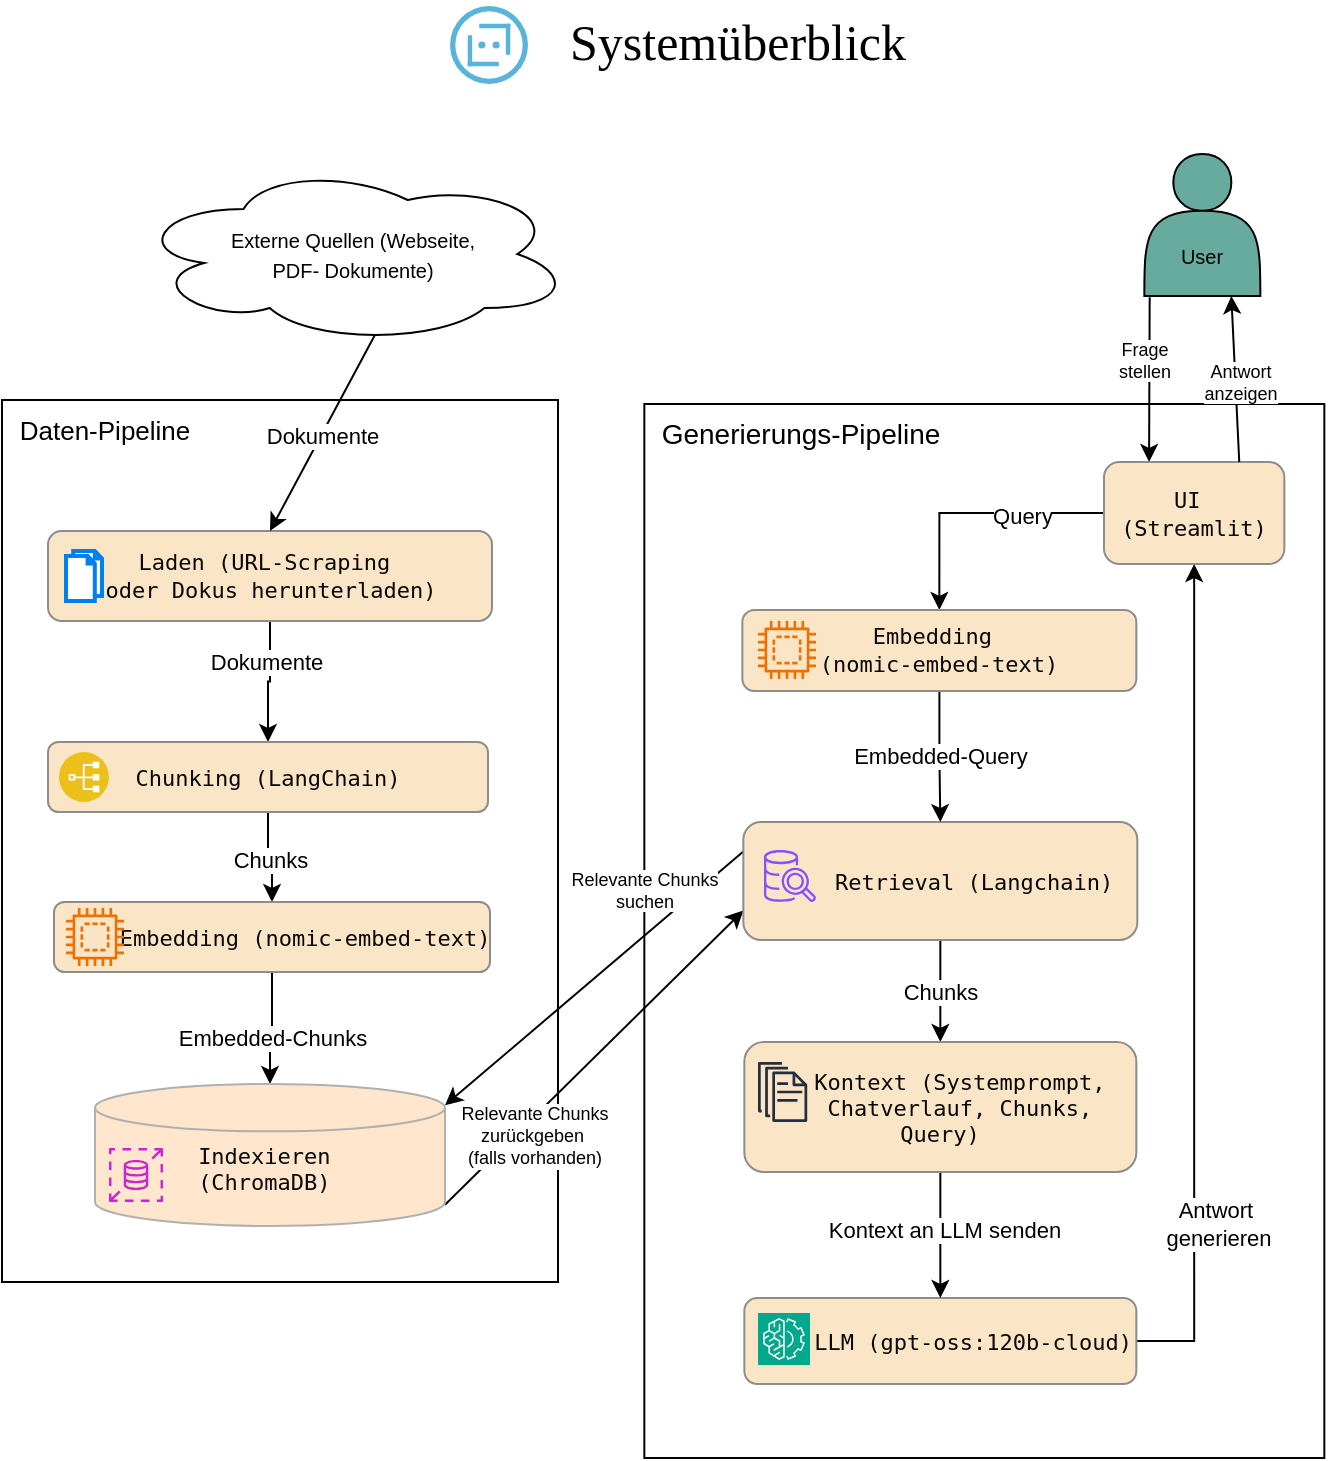
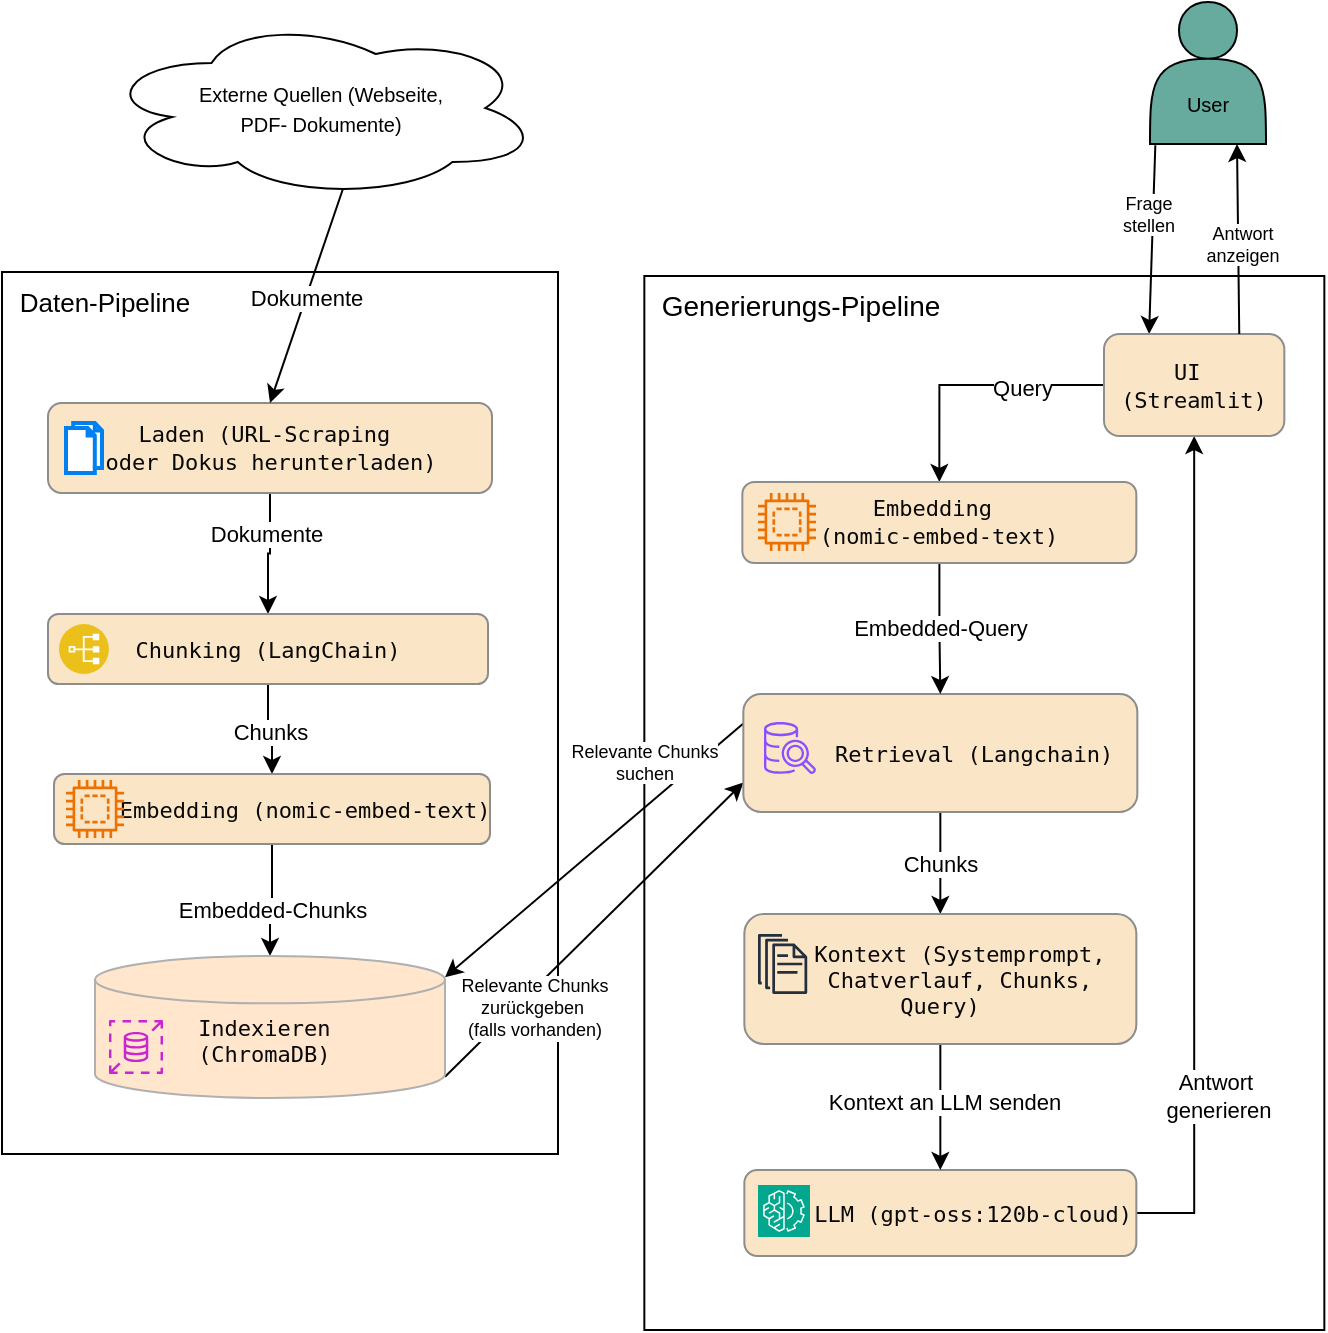
<mxfile host="Electron" agent="Mozilla/5.0 (Windows NT 10.0; Win64; x64) AppleWebKit/537.36 (KHTML, like Gecko) draw.io/29.3.0 Chrome/140.0.7339.249 Electron/38.7.2 Safari/537.36" version="29.3.0" pages="3">
  <diagram id="--Mtlg0LQdxBfJGaqTxY" name="Systemüberblick">
-     <mxGraphModel dx="1554" dy="914" grid="0" gridSize="10" guides="1" tooltips="1" connect="1" arrows="1" fold="1" page="1" pageScale="1" pageWidth="827" pageHeight="1169" math="0" shadow="0">
+     <mxGraphModel dx="1295" dy="768" grid="0" gridSize="10" guides="1" tooltips="1" connect="1" arrows="1" fold="1" page="1" pageScale="1" pageWidth="827" pageHeight="1169" math="0" shadow="0">
      <root>
        <mxCell id="0" />
        <mxCell id="1" parent="0" />
        <mxCell id="r3ily7bgXwv-S7IB-7bU-1" parent="1" style="whiteSpace=wrap;html=1;fillColor=none;" value="" vertex="1">
          <mxGeometry height="527" width="340" x="380.17" y="266" as="geometry" />
        </mxCell>
        <mxCell id="r3ily7bgXwv-S7IB-7bU-2" parent="1" style="whiteSpace=wrap;html=1;fillColor=none;" value="" vertex="1">
          <mxGeometry height="441" width="278" x="59" y="264" as="geometry" />
        </mxCell>
        <mxCell id="r3ily7bgXwv-S7IB-7bU-3" edge="1" parent="1" source="r3ily7bgXwv-S7IB-7bU-5" style="edgeStyle=orthogonalEdgeStyle;rounded=0;orthogonalLoop=1;jettySize=auto;html=1;entryX=0.5;entryY=0;entryDx=0;entryDy=0;" target="r3ily7bgXwv-S7IB-7bU-8">
          <mxGeometry relative="1" as="geometry" />
        </mxCell>
        <mxCell id="r3ily7bgXwv-S7IB-7bU-4" connectable="0" parent="r3ily7bgXwv-S7IB-7bU-3" style="edgeLabel;html=1;align=center;verticalAlign=middle;resizable=0;points=[];" value="Dokumente" vertex="1">
          <mxGeometry relative="1" x="-0.3416" y="-2" as="geometry">
            <mxPoint as="offset" />
          </mxGeometry>
        </mxCell>
        <mxCell id="r3ily7bgXwv-S7IB-7bU-5" parent="1" style="rounded=1;html=1;fontSize=11;labelBackgroundColor=none;fillColor=#FAE5C7;strokeColor=#8D8D8D;fontColor=#143642;verticalAlign=middle;horizontal=1;spacing=2;fontStyle=0" value="&lt;div style=&quot;color: rgb(8, 8, 8);&quot;&gt;&lt;pre style=&quot;font-family:&#39;JetBrains Mono&#39;,monospace;font-size:9,8pt;&quot;&gt;Laden (URL-Scraping &lt;br&gt;oder Dokus herunterladen)&lt;/pre&gt;&lt;/div&gt;" vertex="1">
          <mxGeometry height="45" width="222" x="82" y="329.5" as="geometry" />
        </mxCell>
        <mxCell id="r3ily7bgXwv-S7IB-7bU-6" edge="1" parent="1" source="r3ily7bgXwv-S7IB-7bU-8" style="edgeStyle=orthogonalEdgeStyle;rounded=0;orthogonalLoop=1;jettySize=auto;html=1;entryX=0.5;entryY=0;entryDx=0;entryDy=0;" target="r3ily7bgXwv-S7IB-7bU-11">
          <mxGeometry relative="1" as="geometry" />
        </mxCell>
        <mxCell id="r3ily7bgXwv-S7IB-7bU-7" connectable="0" parent="r3ily7bgXwv-S7IB-7bU-6" style="edgeLabel;html=1;align=center;verticalAlign=middle;resizable=0;points=[];" value="Chunks" vertex="1">
          <mxGeometry relative="1" x="0.0831" y="-1" as="geometry">
            <mxPoint as="offset" />
          </mxGeometry>
        </mxCell>
        <mxCell id="r3ily7bgXwv-S7IB-7bU-8" parent="1" style="rounded=1;whiteSpace=wrap;html=1;fontSize=11;labelBackgroundColor=none;fillColor=#FAE5C7;strokeColor=#8D8D8D;fontColor=#143642;spacing=2;" value="&lt;div style=&quot;color: rgb(8, 8, 8);&quot;&gt;&lt;pre style=&quot;font-family:&#39;JetBrains Mono&#39;,monospace;font-size:9,8pt;&quot;&gt;&lt;pre style=&quot;font-family:&#39;JetBrains Mono&#39;,monospace;font-size:9,8pt;&quot;&gt;&lt;pre style=&quot;font-family:&#39;JetBrains Mono&#39;,monospace;font-size:9,8pt;&quot;&gt;Chunking (&lt;span style=&quot;background-color: transparent; white-space: normal;&quot;&gt;LangChain)&lt;/span&gt;&lt;/pre&gt;&lt;/pre&gt;&lt;/pre&gt;&lt;/div&gt;" vertex="1">
          <mxGeometry height="35" width="220" x="82" y="435" as="geometry" />
        </mxCell>
        <mxCell id="r3ily7bgXwv-S7IB-7bU-9" edge="1" parent="1" source="r3ily7bgXwv-S7IB-7bU-11" style="edgeStyle=orthogonalEdgeStyle;rounded=0;orthogonalLoop=1;jettySize=auto;html=1;entryX=0.5;entryY=0;entryDx=0;entryDy=0;entryPerimeter=0;" target="Acry9dlDom8Et954RzBT-5">
          <mxGeometry relative="1" as="geometry" />
        </mxCell>
        <mxCell id="r3ily7bgXwv-S7IB-7bU-10" connectable="0" parent="r3ily7bgXwv-S7IB-7bU-9" style="edgeLabel;html=1;align=center;verticalAlign=middle;resizable=0;points=[];" value="Embedded-Chunks" vertex="1">
          <mxGeometry relative="1" x="-0.4618" as="geometry">
            <mxPoint y="17" as="offset" />
          </mxGeometry>
        </mxCell>
        <mxCell id="r3ily7bgXwv-S7IB-7bU-11" parent="1" style="rounded=1;whiteSpace=wrap;html=1;fontSize=11;labelBackgroundColor=none;fillColor=#FAE5C7;strokeColor=#8D8D8D;fontColor=#143642;spacing=2;" value="&lt;div style=&quot;color: rgb(8, 8, 8);&quot;&gt;&lt;pre style=&quot;font-family:&#39;JetBrains Mono&#39;,monospace;font-size:9,8pt;&quot;&gt;&lt;pre style=&quot;font-family:&#39;JetBrains Mono&#39;,monospace;font-size:9,8pt;&quot;&gt;&lt;pre style=&quot;font-family:&#39;JetBrains Mono&#39;,monospace;font-size:9,8pt;&quot;&gt;     Embedding (nomic-embed-text)&lt;br&gt;&lt;/pre&gt;&lt;/pre&gt;&lt;/pre&gt;&lt;/div&gt;" vertex="1">
          <mxGeometry height="35" width="218" x="85" y="515" as="geometry" />
        </mxCell>
        <mxCell id="r3ily7bgXwv-S7IB-7bU-12" edge="1" parent="1" source="Acry9dlDom8Et954RzBT-5" style="rounded=0;orthogonalLoop=1;jettySize=auto;html=1;entryX=0;entryY=0.75;entryDx=0;entryDy=0;exitX=1;exitY=0.85;exitDx=0;exitDy=0;exitPerimeter=0;" target="r3ily7bgXwv-S7IB-7bU-18">
          <mxGeometry relative="1" as="geometry" />
        </mxCell>
        <mxCell id="r3ily7bgXwv-S7IB-7bU-13" connectable="0" parent="r3ily7bgXwv-S7IB-7bU-12" style="edgeLabel;html=1;align=center;verticalAlign=middle;resizable=0;points=[];fontSize=9;" value="Relevante Chunks&lt;br&gt;zurückgeben&amp;nbsp;&lt;br&gt;(falls vorhanden)" vertex="1">
          <mxGeometry relative="1" x="-0.0306" y="1" as="geometry">
            <mxPoint x="-27" y="37" as="offset" />
          </mxGeometry>
        </mxCell>
        <mxCell id="r3ily7bgXwv-S7IB-7bU-15" edge="1" parent="1" source="r3ily7bgXwv-S7IB-7bU-18" style="rounded=0;orthogonalLoop=1;jettySize=auto;html=1;entryX=1;entryY=0.15;entryDx=0;entryDy=0;exitX=0;exitY=0.25;exitDx=0;exitDy=0;entryPerimeter=0;" target="Acry9dlDom8Et954RzBT-5">
          <mxGeometry relative="1" as="geometry" />
        </mxCell>
        <mxCell id="r3ily7bgXwv-S7IB-7bU-16" connectable="0" parent="r3ily7bgXwv-S7IB-7bU-15" style="edgeLabel;html=1;align=center;verticalAlign=middle;resizable=0;points=[];fontSize=9;" value="Relevante Chunks &lt;br&gt;suchen" vertex="1">
          <mxGeometry relative="1" x="-0.519" y="-1" as="geometry">
            <mxPoint x="-13" y="-11" as="offset" />
          </mxGeometry>
        </mxCell>
        <mxCell id="r3ily7bgXwv-S7IB-7bU-17" edge="1" parent="1" source="r3ily7bgXwv-S7IB-7bU-18" style="edgeStyle=orthogonalEdgeStyle;rounded=0;orthogonalLoop=1;jettySize=auto;html=1;entryX=0.5;entryY=0;entryDx=0;entryDy=0;" target="r3ily7bgXwv-S7IB-7bU-37" value="Chunks">
          <mxGeometry relative="1" as="geometry" />
        </mxCell>
        <mxCell id="r3ily7bgXwv-S7IB-7bU-18" parent="1" style="whiteSpace=wrap;html=1;fontSize=11;rounded=1;labelBackgroundColor=none;fillColor=#FAE5C7;strokeColor=#8D8D8D;fontColor=#143642;spacing=2;" value="&lt;div style=&quot;color: rgb(8, 8, 8);&quot;&gt;&lt;pre style=&quot;font-family:&#39;JetBrains Mono&#39;,monospace;font-size:9,8pt;&quot;&gt;     Retrieval (Langchain)&lt;/pre&gt;&lt;/div&gt;" vertex="1">
          <mxGeometry height="59" width="197" x="429.67" y="475" as="geometry" />
        </mxCell>
        <mxCell id="r3ily7bgXwv-S7IB-7bU-19" edge="1" parent="1" source="r3ily7bgXwv-S7IB-7bU-21" style="rounded=0;orthogonalLoop=1;jettySize=auto;html=1;entryX=0.5;entryY=1;entryDx=0;entryDy=0;edgeStyle=orthogonalEdgeStyle;exitX=1;exitY=0.5;exitDx=0;exitDy=0;" target="r3ily7bgXwv-S7IB-7bU-38">
          <mxGeometry relative="1" as="geometry">
            <mxPoint x="515.17" y="762" as="targetPoint" />
          </mxGeometry>
        </mxCell>
        <mxCell id="r3ily7bgXwv-S7IB-7bU-20" connectable="0" parent="r3ily7bgXwv-S7IB-7bU-19" style="edgeLabel;html=1;align=center;verticalAlign=middle;resizable=0;points=[];fontSize=11;" value="Antwort&amp;nbsp;&lt;br&gt;&lt;span style=&quot;background-color: light-dark(#ffffff, var(--ge-dark-color, #121212)); color: light-dark(rgb(0, 0, 0), rgb(255, 255, 255));&quot;&gt;generieren&lt;/span&gt;" vertex="1">
          <mxGeometry relative="1" x="-0.0099" y="2" as="geometry">
            <mxPoint x="14" y="119" as="offset" />
          </mxGeometry>
        </mxCell>
        <mxCell id="r3ily7bgXwv-S7IB-7bU-21" parent="1" style="whiteSpace=wrap;html=1;fontSize=11;rounded=1;labelBackgroundColor=none;fillColor=#FAE5C7;strokeColor=#8D8D8D;fontColor=#143642;spacing=2;" value="&lt;div style=&quot;color: rgb(8, 8, 8);&quot;&gt;&lt;pre style=&quot;font-family:&#39;JetBrains Mono&#39;,monospace;font-size:9,8pt;&quot;&gt;&lt;div&gt;&lt;pre style=&quot;font-family:&#39;JetBrains Mono&#39;,monospace;font-size:9,8pt;&quot;&gt;     LLM (gpt-oss:120b-cloud)&lt;/pre&gt;&lt;/div&gt;&lt;/pre&gt;&lt;/div&gt;" vertex="1">
          <mxGeometry height="43" width="196" x="430.17" y="713" as="geometry" />
        </mxCell>
        <mxCell id="r3ily7bgXwv-S7IB-7bU-22" edge="1" parent="1" source="r3ily7bgXwv-S7IB-7bU-38" style="edgeStyle=orthogonalEdgeStyle;rounded=0;orthogonalLoop=1;jettySize=auto;html=1;entryX=0.5;entryY=0;entryDx=0;entryDy=0;exitX=0;exitY=0.5;exitDx=0;exitDy=0;" target="r3ily7bgXwv-S7IB-7bU-31">
          <mxGeometry relative="1" as="geometry">
            <mxPoint x="518.17" y="392" as="sourcePoint" />
          </mxGeometry>
        </mxCell>
        <mxCell id="r3ily7bgXwv-S7IB-7bU-23" connectable="0" parent="r3ily7bgXwv-S7IB-7bU-22" style="edgeLabel;html=1;align=center;verticalAlign=middle;resizable=0;points=[];" value="Query" vertex="1">
          <mxGeometry relative="1" x="-0.3722" y="1" as="geometry">
            <mxPoint as="offset" />
          </mxGeometry>
        </mxCell>
-         <mxCell id="r3ily7bgXwv-S7IB-7bU-24" parent="1" style="text;html=1;whiteSpace=wrap;strokeColor=none;fillColor=none;align=center;verticalAlign=middle;rounded=0;autosize=1;resizable=0;fontSize=25;fontFamily=Comic Sans MS;fontStyle=0" value="Systemüberblick" vertex="1">
-           <mxGeometry height="42" width="214" x="320" y="64" as="geometry" />
-         </mxCell>
        <mxCell id="r3ily7bgXwv-S7IB-7bU-25" parent="1" style="text;html=1;whiteSpace=wrap;strokeColor=none;fillColor=none;align=center;verticalAlign=middle;rounded=0;autosize=1;resizable=0;fontSize=13;" value="Daten-Pipeline" vertex="1">
          <mxGeometry height="28" width="103" x="59" y="265" as="geometry" />
        </mxCell>
        <mxCell id="r3ily7bgXwv-S7IB-7bU-26" edge="1" parent="1" source="r3ily7bgXwv-S7IB-7bU-28" style="rounded=0;orthogonalLoop=1;jettySize=auto;html=1;entryX=0.25;entryY=0;entryDx=0;entryDy=0;exitX=0.046;exitY=1.009;exitDx=0;exitDy=0;exitPerimeter=0;" target="r3ily7bgXwv-S7IB-7bU-38">
          <mxGeometry relative="1" as="geometry" />
        </mxCell>
        <mxCell id="r3ily7bgXwv-S7IB-7bU-27" connectable="0" parent="r3ily7bgXwv-S7IB-7bU-26" style="edgeLabel;html=1;align=center;verticalAlign=middle;resizable=0;points=[];fontSize=9;" value="Frage &lt;br&gt;stellen" vertex="1">
          <mxGeometry relative="1" x="-0.4594" y="-1" as="geometry">
            <mxPoint x="-2" y="9" as="offset" />
          </mxGeometry>
        </mxCell>
        <mxCell id="r3ily7bgXwv-S7IB-7bU-28" parent="1" style="shape=actor;whiteSpace=wrap;html=1;fillColor=#67AB9F;" value="&lt;font style=&quot;font-size: 10px;&quot;&gt;&lt;br&gt;&lt;br&gt;User&lt;/font&gt;" vertex="1">
-           <mxGeometry height="71" width="58" x="630.17" y="141" as="geometry" />
+           <mxGeometry height="71" width="58" x="633" y="129" as="geometry" />
        </mxCell>
        <mxCell id="r3ily7bgXwv-S7IB-7bU-29" parent="1" style="text;html=1;whiteSpace=wrap;strokeColor=none;fillColor=none;align=center;verticalAlign=middle;rounded=0;autosize=1;resizable=0;fontSize=14;" value="Generierungs-Pipeline" vertex="1">
          <mxGeometry height="29" width="157" x="380.17" y="266" as="geometry" />
        </mxCell>
        <mxCell id="r3ily7bgXwv-S7IB-7bU-30" edge="1" parent="1" source="r3ily7bgXwv-S7IB-7bU-31" style="edgeStyle=orthogonalEdgeStyle;rounded=0;orthogonalLoop=1;jettySize=auto;html=1;entryX=0.5;entryY=0;entryDx=0;entryDy=0;" target="r3ily7bgXwv-S7IB-7bU-18" value="Embedded-Query">
          <mxGeometry relative="1" as="geometry" />
        </mxCell>
        <mxCell id="r3ily7bgXwv-S7IB-7bU-31" parent="1" style="rounded=1;whiteSpace=wrap;html=1;fontSize=11;labelBackgroundColor=none;fillColor=#FAE5C7;strokeColor=#8D8D8D;fontColor=#143642;spacing=2;" value="&lt;div style=&quot;color: rgb(8, 8, 8);&quot;&gt;&lt;pre style=&quot;font-family:&#39;JetBrains Mono&#39;,monospace;font-size:9,8pt;&quot;&gt;&lt;pre style=&quot;font-family:&#39;JetBrains Mono&#39;,monospace;font-size:9,8pt;&quot;&gt;&lt;pre style=&quot;font-family:&#39;JetBrains Mono&#39;,monospace;font-size:9,8pt;&quot;&gt;Embedding &lt;br/&gt;(nomic-embed-text)&lt;br&gt;&lt;/pre&gt;&lt;/pre&gt;&lt;/pre&gt;&lt;/div&gt;" vertex="1">
          <mxGeometry height="40.5" width="197" x="429.17" y="369" as="geometry" />
        </mxCell>
        <mxCell id="r3ily7bgXwv-S7IB-7bU-32" edge="1" parent="1" source="Acry9dlDom8Et954RzBT-3" style="rounded=0;orthogonalLoop=1;jettySize=auto;html=1;entryX=0.5;entryY=0;entryDx=0;entryDy=0;exitX=0.55;exitY=0.95;exitDx=0;exitDy=0;exitPerimeter=0;" target="r3ily7bgXwv-S7IB-7bU-5">
          <mxGeometry relative="1" as="geometry">
            <mxPoint x="194.2666692589255" y="229.99957227732136" as="sourcePoint" />
          </mxGeometry>
        </mxCell>
        <mxCell id="r3ily7bgXwv-S7IB-7bU-33" connectable="0" parent="r3ily7bgXwv-S7IB-7bU-32" style="edgeLabel;html=1;align=center;verticalAlign=middle;resizable=0;points=[];" value="Dokumente" vertex="1">
          <mxGeometry relative="1" x="0.0211" as="geometry">
            <mxPoint as="offset" />
          </mxGeometry>
        </mxCell>
        <mxCell id="r3ily7bgXwv-S7IB-7bU-35" edge="1" parent="1" source="r3ily7bgXwv-S7IB-7bU-37" style="edgeStyle=orthogonalEdgeStyle;rounded=0;orthogonalLoop=1;jettySize=auto;html=1;entryX=0.5;entryY=0;entryDx=0;entryDy=0;" target="r3ily7bgXwv-S7IB-7bU-21">
          <mxGeometry relative="1" as="geometry" />
        </mxCell>
        <mxCell id="r3ily7bgXwv-S7IB-7bU-36" connectable="0" parent="r3ily7bgXwv-S7IB-7bU-35" style="edgeLabel;html=1;align=center;verticalAlign=middle;resizable=0;points=[];fontSize=11;" value="Kontext an LLM senden" vertex="1">
          <mxGeometry relative="1" x="-0.0722" y="2" as="geometry">
            <mxPoint as="offset" />
          </mxGeometry>
        </mxCell>
        <mxCell id="r3ily7bgXwv-S7IB-7bU-37" parent="1" style="whiteSpace=wrap;html=1;fontSize=11;rounded=1;labelBackgroundColor=none;fillColor=#FAE5C7;strokeColor=#8D8D8D;fontColor=#143642;spacing=2;align=center;" value="&lt;div style=&quot;color: rgb(8, 8, 8);&quot;&gt;&lt;pre style=&quot;font-family:&#39;JetBrains Mono&#39;,monospace;font-size:9,8pt;&quot;&gt;    Kontext (Systemprompt, &lt;br&gt;    Chatverlauf, Chunks, &lt;br&gt;Query)&lt;/pre&gt;&lt;/div&gt;" vertex="1">
          <mxGeometry height="65" width="196" x="430.17" y="585" as="geometry" />
        </mxCell>
        <mxCell id="r3ily7bgXwv-S7IB-7bU-38" parent="1" style="whiteSpace=wrap;html=1;fontSize=11;rounded=1;labelBackgroundColor=none;fillColor=#FAE5C7;strokeColor=#8D8D8D;fontColor=#143642;spacing=2;" value="&lt;div style=&quot;color: rgb(8, 8, 8);&quot;&gt;&lt;pre style=&quot;font-family:&#39;JetBrains Mono&#39;,monospace;font-size:9,8pt;&quot;&gt;UI &lt;br/&gt;(Streamlit)&lt;/pre&gt;&lt;/div&gt;" vertex="1">
          <mxGeometry height="51" width="90.17" x="610" y="295" as="geometry" />
        </mxCell>
        <mxCell id="r3ily7bgXwv-S7IB-7bU-39" edge="1" parent="1" source="r3ily7bgXwv-S7IB-7bU-38" style="rounded=0;orthogonalLoop=1;jettySize=auto;html=1;entryX=0.75;entryY=1;entryDx=0;entryDy=0;exitX=0.75;exitY=0;exitDx=0;exitDy=0;" target="r3ily7bgXwv-S7IB-7bU-28">
          <mxGeometry relative="1" as="geometry" />
        </mxCell>
        <mxCell id="r3ily7bgXwv-S7IB-7bU-40" connectable="0" parent="r3ily7bgXwv-S7IB-7bU-39" style="edgeLabel;html=1;align=center;verticalAlign=middle;resizable=0;points=[];fontSize=9;" value="Antwort&lt;br&gt;anzeigen" vertex="1">
          <mxGeometry relative="1" x="-0.2017" y="3" as="geometry">
            <mxPoint x="5" y="-7" as="offset" />
          </mxGeometry>
        </mxCell>
        <mxCell id="Acry9dlDom8Et954RzBT-3" parent="1" style="ellipse;shape=cloud;whiteSpace=wrap;html=1;align=center;" value="&lt;span style=&quot;font-size: 10px;&quot;&gt;Externe Quellen (Webseite, &lt;br&gt;PDF- Dokumente)&lt;/span&gt;" vertex="1">
-           <mxGeometry height="90" width="219" x="125" y="146" as="geometry" />
+           <mxGeometry height="90" width="219" x="109" y="137" as="geometry" />
        </mxCell>
        <mxCell id="Acry9dlDom8Et954RzBT-5" parent="1" style="strokeWidth=1;html=1;shape=mxgraph.flowchart.database;whiteSpace=wrap;fillColor=#ffe6cc;strokeColor=#B0B0B0;" value="&lt;pre style=&quot;color: rgb(8, 8, 8); font-size: 11px; font-family: &amp;quot;JetBrains Mono&amp;quot;, monospace;&quot;&gt;&lt;span style=&quot;background-color: transparent;&quot;&gt;&lt;span style=&quot;white-space: normal;&quot;&gt;&lt;br&gt;Indexieren&amp;nbsp;&lt;br&gt;&lt;/span&gt;&lt;/span&gt;(ChromaDB)&amp;nbsp;&lt;/pre&gt;" vertex="1">
          <mxGeometry height="71" width="175" x="105.5" y="606" as="geometry" />
-         </mxCell>
-         <mxCell id="Acry9dlDom8Et954RzBT-15" parent="1" style="image;sketch=0;aspect=fixed;html=1;points=[];align=center;fontSize=12;image=img/lib/mscae/Bot_Services.svg;" value="" vertex="1">
-           <mxGeometry height="39" width="39" x="283" y="67" as="geometry" />
        </mxCell>
        <mxCell id="6IOvH4VOo6HqhZIrgnpb-2" parent="1" style="image;aspect=fixed;perimeter=ellipsePerimeter;html=1;align=center;shadow=0;dashed=0;fontColor=#4277BB;labelBackgroundColor=default;fontSize=12;spacingTop=3;image=img/lib/ibm/applications/index.svg;" value="" vertex="1">
          <mxGeometry height="25" width="25" x="87.5" y="440" as="geometry" />
        </mxCell>
        <mxCell id="6IOvH4VOo6HqhZIrgnpb-3" parent="1" style="sketch=0;outlineConnect=0;fontColor=#232F3E;gradientColor=none;fillColor=#ED7100;strokeColor=none;dashed=0;verticalLabelPosition=bottom;verticalAlign=top;align=center;html=1;fontSize=12;fontStyle=0;aspect=fixed;pointerEvents=1;shape=mxgraph.aws4.braket_embedded_simulator;" value="" vertex="1">
          <mxGeometry height="29" width="29" x="91" y="518" as="geometry" />
        </mxCell>
        <mxCell id="6IOvH4VOo6HqhZIrgnpb-4" parent="1" style="html=1;verticalLabelPosition=bottom;align=center;labelBackgroundColor=#ffffff;verticalAlign=top;strokeWidth=2;strokeColor=#0080F0;shadow=0;dashed=0;shape=mxgraph.ios7.icons.documents;" value="" vertex="1">
          <mxGeometry height="25" width="18" x="91" y="339.5" as="geometry" />
        </mxCell>
        <mxCell id="6IOvH4VOo6HqhZIrgnpb-5" parent="1" style="sketch=0;outlineConnect=0;fontColor=#232F3E;gradientColor=none;fillColor=#C925D1;strokeColor=none;dashed=0;verticalLabelPosition=bottom;verticalAlign=top;align=center;html=1;fontSize=12;fontStyle=0;aspect=fixed;pointerEvents=1;shape=mxgraph.aws4.documentdb_elastic_clusters;" value="" vertex="1">
          <mxGeometry height="27" width="27" x="112.5" y="638" as="geometry" />
        </mxCell>
        <mxCell id="6IOvH4VOo6HqhZIrgnpb-6" parent="1" style="sketch=0;outlineConnect=0;fontColor=#232F3E;gradientColor=none;fillColor=#8C4FFF;strokeColor=none;dashed=0;verticalLabelPosition=bottom;verticalAlign=top;align=center;html=1;fontSize=12;fontStyle=0;aspect=fixed;pointerEvents=1;shape=mxgraph.aws4.redshift_query_editor_v20_light;" value="" vertex="1">
          <mxGeometry height="26" width="26" x="440" y="489" as="geometry" />
        </mxCell>
        <mxCell id="6IOvH4VOo6HqhZIrgnpb-7" parent="1" style="sketch=0;points=[[0,0,0],[0.25,0,0],[0.5,0,0],[0.75,0,0],[1,0,0],[0,1,0],[0.25,1,0],[0.5,1,0],[0.75,1,0],[1,1,0],[0,0.25,0],[0,0.5,0],[0,0.75,0],[1,0.25,0],[1,0.5,0],[1,0.75,0]];outlineConnect=0;fontColor=#232F3E;fillColor=#01A88D;strokeColor=#ffffff;dashed=0;verticalLabelPosition=bottom;verticalAlign=top;align=center;html=1;fontSize=12;fontStyle=0;aspect=fixed;shape=mxgraph.aws4.resourceIcon;resIcon=mxgraph.aws4.machine_learning;" value="" vertex="1">
          <mxGeometry height="26" width="26" x="437" y="720.5" as="geometry" />
        </mxCell>
        <mxCell id="6IOvH4VOo6HqhZIrgnpb-8" parent="1" style="sketch=0;outlineConnect=0;fontColor=#232F3E;gradientColor=none;fillColor=#ED7100;strokeColor=none;dashed=0;verticalLabelPosition=bottom;verticalAlign=top;align=center;html=1;fontSize=12;fontStyle=0;aspect=fixed;pointerEvents=1;shape=mxgraph.aws4.braket_embedded_simulator;" value="" vertex="1">
          <mxGeometry height="29" width="29" x="437" y="374.5" as="geometry" />
        </mxCell>
        <mxCell id="6IOvH4VOo6HqhZIrgnpb-12" parent="1" style="sketch=0;outlineConnect=0;fontColor=#232F3E;gradientColor=none;fillColor=#232F3D;strokeColor=none;dashed=0;verticalLabelPosition=bottom;verticalAlign=top;align=center;html=1;fontSize=12;fontStyle=0;aspect=fixed;pointerEvents=1;shape=mxgraph.aws4.documents;" value="" vertex="1">
          <mxGeometry height="30" width="24.61" x="437" y="595" as="geometry" />
        </mxCell>
      </root>
    </mxGraphModel>
  </diagram>
  <diagram id="D5xlWmKwkfQxUDRcyshQ" name="Indexierung- Phasen">
-     <mxGraphModel dx="1072" dy="630" grid="0" gridSize="10" guides="1" tooltips="1" connect="1" arrows="1" fold="1" page="1" pageScale="1" pageWidth="827" pageHeight="1169" math="0" shadow="0">
+     <mxGraphModel dx="1554" dy="922" grid="0" gridSize="10" guides="1" tooltips="1" connect="1" arrows="1" fold="1" page="1" pageScale="1" pageWidth="827" pageHeight="1169" math="0" shadow="0">
      <root>
        <mxCell id="0" />
        <mxCell id="1" parent="0" />
        <mxCell id="lYfhaClctKrxKoxSbu7d-19" connectable="0" parent="1" style="group" value="" vertex="1">
          <mxGeometry height="463" width="340" x="51" y="265" as="geometry" />
        </mxCell>
        <mxCell id="lYfhaClctKrxKoxSbu7d-20" parent="lYfhaClctKrxKoxSbu7d-19" style="shape=step;perimeter=stepPerimeter;whiteSpace=wrap;html=1;fixedSize=1;size=10;direction=south;fillColor=#10739E;strokeColor=none;rounded=0;" value="&lt;font style=&quot;color: rgb(244, 252, 255);&quot;&gt;1&lt;/font&gt;" vertex="1">
          <mxGeometry height="92.6" width="58.33" x="40" as="geometry" />
        </mxCell>
        <mxCell id="lYfhaClctKrxKoxSbu7d-21" parent="lYfhaClctKrxKoxSbu7d-19" style="shape=step;perimeter=stepPerimeter;whiteSpace=wrap;html=1;fixedSize=1;size=10;direction=south;fillColor=#F2931E;strokeColor=none;rounded=0;" value="&lt;font color=&quot;#ffffff&quot;&gt;3&lt;/font&gt;" vertex="1">
          <mxGeometry height="92.6" width="58.33" x="40" y="185.2" as="geometry" />
        </mxCell>
        <mxCell id="lYfhaClctKrxKoxSbu7d-22" parent="lYfhaClctKrxKoxSbu7d-19" style="shape=step;perimeter=stepPerimeter;whiteSpace=wrap;html=1;fixedSize=1;size=10;direction=south;fillColor=#AE4132;strokeColor=none;rounded=0;" value="&lt;font style=&quot;color: rgb(255, 255, 255);&quot;&gt;4&lt;/font&gt;" vertex="1">
          <mxGeometry height="92.6" width="58.33" x="40" y="277.8" as="geometry" />
        </mxCell>
        <mxCell id="lYfhaClctKrxKoxSbu7d-23" parent="lYfhaClctKrxKoxSbu7d-19" style="shape=step;perimeter=stepPerimeter;whiteSpace=wrap;html=1;fixedSize=1;size=10;direction=south;fillColor=#23445D;strokeColor=none;rounded=0;" value="&lt;font style=&quot;color: rgb(255, 255, 255);&quot;&gt;5&lt;/font&gt;" vertex="1">
          <mxGeometry height="92.6" width="58.33" x="40" y="370.40000000000003" as="geometry" />
        </mxCell>
        <mxCell id="lYfhaClctKrxKoxSbu7d-24" parent="lYfhaClctKrxKoxSbu7d-19" style="rounded=1;strokeColor=none;fillColor=#EEEEEE;align=center;arcSize=12;verticalAlign=top;whiteSpace=wrap;html=1;fontSize=12;" value="&lt;font style=&quot;&quot;&gt;&lt;font color=&quot;#10739e&quot;&gt;&lt;b&gt;Phase 1: Scrape DNK-URLs&lt;/b&gt;&lt;/font&gt;&lt;br&gt;&lt;div&gt;&lt;div style=&quot;text-align: left;&quot;&gt;&lt;span style=&quot;background-color: transparent; color: light-dark(rgb(0, 0, 0), rgb(255, 255, 255));&quot;&gt;&lt;br&gt;&lt;font style=&quot;font-size: 9px;&quot;&gt;- Generierung potenzieller URLs (ID-basierter Ansatz)&lt;/font&gt;&lt;/span&gt;&lt;/div&gt;&lt;font style=&quot;font-size: 9px;&quot;&gt;&lt;span style=&quot;background-color: transparent; color: light-dark(rgb(0, 0, 0), rgb(255, 255, 255));&quot;&gt;&lt;div style=&quot;text-align: left;&quot;&gt;&lt;span style=&quot;background-color: transparent; color: light-dark(rgb(0, 0, 0), rgb(255, 255, 255));&quot;&gt;- Validitätsprüfung (HTTP-Status, Content-Type)&lt;/span&gt;&lt;/div&gt;&lt;/span&gt;&lt;span style=&quot;background-color: transparent; color: light-dark(rgb(0, 0, 0), rgb(255, 255, 255));&quot;&gt;&lt;div style=&quot;text-align: left;&quot;&gt;&lt;span style=&quot;background-color: transparent; color: light-dark(rgb(0, 0, 0), rgb(255, 255, 255));&quot;&gt;- Persistierung valider URLs&lt;/span&gt;&lt;/div&gt;&lt;/span&gt;&lt;/font&gt;&lt;/div&gt;&lt;br&gt;&lt;/font&gt;" vertex="1">
          <mxGeometry height="81.02499999999999" width="226.66666666666666" x="113.33333333333333" as="geometry" />
        </mxCell>
        <mxCell id="lYfhaClctKrxKoxSbu7d-25" parent="lYfhaClctKrxKoxSbu7d-19" style="rounded=1;strokeColor=none;fillColor=#EEEEEE;align=center;arcSize=12;verticalAlign=top;whiteSpace=wrap;html=1;fontSize=12;" value="&lt;font style=&quot;&quot;&gt;&lt;font color=&quot;#f2931e&quot;&gt;&lt;b&gt;Phase 3: Dokumentenextraktion&lt;/b&gt;&lt;/font&gt;&lt;br&gt;&lt;div&gt;&lt;font style=&quot;font-size: 11px;&quot;&gt;&lt;br&gt;&lt;/font&gt;&lt;/div&gt;&lt;div style=&quot;text-align: left;&quot;&gt;&lt;font style=&quot;font-size: 9px;&quot;&gt;Aus DNK-URLs MD-Dateien extrahieren.&lt;/font&gt;&lt;/div&gt;&lt;/font&gt;" vertex="1">
          <mxGeometry height="81.02499999999999" width="226.66666666666666" x="113.33333333333333" y="185.2" as="geometry" />
        </mxCell>
        <mxCell id="lYfhaClctKrxKoxSbu7d-26" parent="lYfhaClctKrxKoxSbu7d-19" style="rounded=1;strokeColor=none;fillColor=#EEEEEE;align=center;arcSize=12;verticalAlign=top;whiteSpace=wrap;html=1;fontSize=12;" value="&lt;font style=&quot;&quot;&gt;&lt;font color=&quot;#AE4132&quot;&gt;&lt;span style=&quot;background-color: transparent;&quot;&gt;&lt;b&gt;Phase 4: Vorverarbeitung&lt;/b&gt;&lt;/span&gt;&lt;/font&gt;&lt;/font&gt;&lt;div&gt;&lt;font style=&quot;&quot;&gt;&lt;br&gt;&lt;div style=&quot;text-align: left;&quot;&gt;&lt;font style=&quot;font-size: 9px;&quot;&gt;&lt;span style=&quot;background-color: transparent; color: light-dark(rgb(0, 0, 0), rgb(255, 255, 255));&quot;&gt;- Filterung relevanter Inhalte (keine Links oder Bilder)&lt;/span&gt;&lt;/font&gt;&lt;/div&gt;&lt;div style=&quot;text-align: left;&quot;&gt;&lt;font style=&quot;font-size: 9px;&quot;&gt;- Metadaten-Anreicherung (Quelle, Überschriftten)&lt;/font&gt;&lt;/div&gt;&lt;/font&gt;&lt;/div&gt;" vertex="1">
          <mxGeometry height="81.02499999999999" width="226.66666666666666" x="113.33333333333333" y="277.79999999999995" as="geometry" />
        </mxCell>
        <mxCell id="lYfhaClctKrxKoxSbu7d-27" parent="lYfhaClctKrxKoxSbu7d-19" style="rounded=1;strokeColor=none;fillColor=#EEEEEE;align=center;arcSize=12;verticalAlign=top;whiteSpace=wrap;html=1;fontSize=12;" value="&lt;font style=&quot;&quot;&gt;&lt;font color=&quot;#23445d&quot;&gt;&lt;b&gt;Phase 5: Indexierung&lt;/b&gt;&lt;/font&gt;&lt;/font&gt;&lt;div&gt;&lt;font style=&quot;&quot;&gt;&lt;font color=&quot;#23445d&quot;&gt;&lt;b&gt;&lt;br&gt;&lt;/b&gt;&lt;/font&gt;&lt;/font&gt;&lt;/div&gt;&lt;div&gt;&lt;font style=&quot;&quot;&gt;&lt;font style=&quot;font-size: 9px;&quot; color=&quot;#23445d&quot;&gt;&lt;div style=&quot;text-align: left;&quot;&gt;- Chunking (Überschriftten)&lt;/div&gt;&lt;div style=&quot;text-align: left;&quot;&gt;- Embedding (nomic-embed-text)&lt;/div&gt;&lt;div style=&quot;text-align: left;&quot;&gt;- Speicherung in ChromaDB&lt;/div&gt;&lt;/font&gt;&lt;/font&gt;&lt;/div&gt;" vertex="1">
          <mxGeometry height="81.02499999999999" width="226.66666666666666" x="113.33333333333333" y="370.3999999999999" as="geometry" />
        </mxCell>
        <mxCell id="lYfhaClctKrxKoxSbu7d-28" parent="lYfhaClctKrxKoxSbu7d-19" style="shape=step;perimeter=stepPerimeter;whiteSpace=wrap;html=1;fixedSize=1;size=10;direction=south;fillColor=#00994D;strokeColor=none;rounded=0;labelBackgroundColor=none;" value="&lt;font style=&quot;color: rgb(255, 255, 255);&quot;&gt;2&lt;/font&gt;" vertex="1">
          <mxGeometry height="92.6" width="58.33" x="40" y="92.60000000000002" as="geometry" />
        </mxCell>
        <mxCell id="lYfhaClctKrxKoxSbu7d-29" parent="lYfhaClctKrxKoxSbu7d-19" style="rounded=1;strokeColor=none;fillColor=#EEEEEE;align=center;arcSize=12;verticalAlign=top;whiteSpace=wrap;html=1;fontSize=12;" value="&lt;font style=&quot;&quot;&gt;&lt;font style=&quot;color: rgb(0, 153, 77);&quot;&gt;&lt;font&gt;&lt;b style=&quot;&quot;&gt;Phase 2: DNK-URLs Erweiterung&lt;/b&gt;&lt;/font&gt;&lt;br&gt;&lt;/font&gt;&lt;div&gt;&lt;font style=&quot;font-size: 11px;&quot;&gt;&lt;br&gt;&lt;/font&gt;&lt;/div&gt;&lt;div style=&quot;&quot;&gt;&lt;font style=&quot;font-size: 9px;&quot;&gt;Crawling untergeordneter URL-Seiten&amp;nbsp;&lt;br&gt;&lt;/font&gt;&lt;span style=&quot;font-size: 9px; background-color: transparent; color: light-dark(rgb(0, 0, 0), rgb(255, 255, 255));&quot;&gt;(1 validierte URL == 32 URLs insgesamt).&lt;/span&gt;&lt;/div&gt;&lt;/font&gt;" vertex="1">
          <mxGeometry height="81.02499999999999" width="226.66666666666666" x="113.33333333333326" y="92.60000000000002" as="geometry" />
        </mxCell>
        <mxCell id="lYfhaClctKrxKoxSbu7d-30" connectable="0" parent="1" style="group" value="" vertex="1">
          <mxGeometry height="463" width="340" x="401" y="265" as="geometry" />
        </mxCell>
        <mxCell id="lYfhaClctKrxKoxSbu7d-31" parent="lYfhaClctKrxKoxSbu7d-30" style="shape=step;perimeter=stepPerimeter;whiteSpace=wrap;html=1;fixedSize=1;size=10;direction=south;fillColor=#10739E;strokeColor=none;rounded=0;" value="&lt;font style=&quot;color: rgb(244, 252, 255);&quot;&gt;1&lt;/font&gt;" vertex="1">
          <mxGeometry height="92.6" width="58.33" x="40" as="geometry" />
        </mxCell>
        <mxCell id="lYfhaClctKrxKoxSbu7d-32" parent="lYfhaClctKrxKoxSbu7d-30" style="shape=step;perimeter=stepPerimeter;whiteSpace=wrap;html=1;fixedSize=1;size=10;direction=south;fillColor=#AE4132;strokeColor=none;rounded=0;" value="&lt;font color=&quot;#ffffff&quot;&gt;2&lt;/font&gt;" vertex="1">
          <mxGeometry height="92.6" width="58.33" x="40" y="89.19999999999999" as="geometry" />
        </mxCell>
        <mxCell id="lYfhaClctKrxKoxSbu7d-33" parent="lYfhaClctKrxKoxSbu7d-30" style="shape=step;perimeter=stepPerimeter;whiteSpace=wrap;html=1;fixedSize=1;size=10;direction=south;fillColor=#23445D;strokeColor=none;rounded=0;" value="&lt;font color=&quot;#ffffff&quot;&gt;3&lt;/font&gt;" vertex="1">
          <mxGeometry height="92.6" width="58.33" x="40" y="181.8" as="geometry" />
        </mxCell>
        <mxCell id="lYfhaClctKrxKoxSbu7d-34" parent="lYfhaClctKrxKoxSbu7d-30" style="rounded=1;strokeColor=none;fillColor=#EEEEEE;align=center;arcSize=12;verticalAlign=top;whiteSpace=wrap;html=1;fontSize=12;" value="&lt;font style=&quot;&quot;&gt;&lt;font color=&quot;#10739e&quot;&gt;&lt;b&gt;Phase 1: Dokumentenladen&lt;/b&gt;&lt;/font&gt;&lt;br&gt;&lt;div&gt;&lt;div style=&quot;&quot;&gt;&lt;span style=&quot;background-color: transparent; color: light-dark(rgb(0, 0, 0), rgb(255, 255, 255));&quot;&gt;&lt;br&gt;&lt;font style=&quot;font-size: 9px;&quot;&gt;Erkennen neue Dokumente&amp;nbsp;&lt;/font&gt;&lt;/span&gt;&lt;span style=&quot;font-size: x-small; background-color: transparent; color: light-dark(rgb(0, 0, 0), rgb(255, 255, 255));&quot;&gt;(pdf, docx, xlsx, txt)&lt;/span&gt;&lt;span style=&quot;font-size: 9px; background-color: transparent; color: light-dark(rgb(0, 0, 0), rgb(255, 255, 255));&quot;&gt;&amp;nbsp;in Upload-Ordner.&lt;/span&gt;&lt;/div&gt;&lt;/div&gt;&lt;br&gt;&lt;/font&gt;" vertex="1">
          <mxGeometry height="81.02499999999999" width="226.66666666666666" x="113.33333333333333" as="geometry" />
        </mxCell>
        <mxCell id="lYfhaClctKrxKoxSbu7d-35" parent="lYfhaClctKrxKoxSbu7d-30" style="rounded=1;strokeColor=none;fillColor=#EEEEEE;align=center;arcSize=12;verticalAlign=top;whiteSpace=wrap;html=1;fontSize=12;" value="&lt;font style=&quot;&quot;&gt;&lt;font color=&quot;#AE4132&quot;&gt;&lt;span style=&quot;background-color: transparent;&quot;&gt;&lt;b&gt;Phase 2: Vorverarbeitung&lt;/b&gt;&lt;/span&gt;&lt;/font&gt;&lt;/font&gt;&lt;div&gt;&lt;font style=&quot;&quot;&gt;&lt;br&gt;&lt;span style=&quot;font-size: 9px; text-align: left;&quot;&gt;- Dokumente-zu-Markdown-Transformation&lt;/span&gt;&lt;br style=&quot;font-size: 9px; text-align: left;&quot;&gt;&lt;div style=&quot;text-align: left;&quot;&gt;&lt;span style=&quot;font-size: 9px; background-color: transparent; color: light-dark(rgb(0, 0, 0), rgb(255, 255, 255));&quot;&gt;- Metadaten-Anreicherung (Quelle)&lt;/span&gt;&lt;/div&gt;&lt;/font&gt;&lt;/div&gt;" vertex="1">
          <mxGeometry height="81.02499999999999" width="226.66666666666666" x="113.33333333333333" y="89.19999999999996" as="geometry" />
        </mxCell>
        <mxCell id="lYfhaClctKrxKoxSbu7d-36" parent="lYfhaClctKrxKoxSbu7d-30" style="rounded=1;strokeColor=none;fillColor=#EEEEEE;align=center;arcSize=12;verticalAlign=top;whiteSpace=wrap;html=1;fontSize=12;" value="&lt;font style=&quot;&quot;&gt;&lt;font color=&quot;#23445d&quot;&gt;&lt;b&gt;Phase 3: Indexierung&lt;/b&gt;&lt;/font&gt;&lt;/font&gt;&lt;div&gt;&lt;font style=&quot;&quot;&gt;&lt;font color=&quot;#23445d&quot;&gt;&lt;b&gt;&lt;br&gt;&lt;/b&gt;&lt;/font&gt;&lt;/font&gt;&lt;/div&gt;&lt;div&gt;&lt;font style=&quot;&quot;&gt;&lt;font style=&quot;font-size: 9px;&quot; color=&quot;#23445d&quot;&gt;&lt;div style=&quot;text-align: left;&quot;&gt;- Chunking&amp;nbsp;&lt;span style=&quot;background-color: transparent;&quot;&gt;(3500-Größe, 400-Overlap)&lt;/span&gt;&lt;/div&gt;&lt;div style=&quot;text-align: left;&quot;&gt;- Embedding&amp;nbsp;&lt;span style=&quot;background-color: transparent;&quot;&gt;(nomic-embed-text)&lt;/span&gt;&lt;/div&gt;&lt;div style=&quot;text-align: left;&quot;&gt;- Speicherung in&amp;nbsp;&lt;span style=&quot;background-color: transparent;&quot;&gt;ChromaDB&lt;/span&gt;&lt;/div&gt;&lt;/font&gt;&lt;/font&gt;&lt;/div&gt;" vertex="1">
          <mxGeometry height="81.02499999999999" width="226.66666666666666" x="113.33333333333333" y="181.79999999999995" as="geometry" />
        </mxCell>
        <mxCell id="tozhGfZPrTXRdpExmHd1-1" parent="1" style="image;aspect=fixed;perimeter=ellipsePerimeter;html=1;align=center;shadow=0;dashed=0;spacingTop=3;image=img/lib/active_directory/internet_globe.svg;fontStyle=1" value="URL-Scraping" vertex="1">
          <mxGeometry height="50" width="50" x="248" y="170" as="geometry" />
        </mxCell>
        <mxCell id="tozhGfZPrTXRdpExmHd1-2" parent="1" style="html=1;whiteSpace=wrap;strokeColor=none;fillColor=#0079D6;labelPosition=center;verticalLabelPosition=middle;verticalAlign=top;align=center;fontSize=11;outlineConnect=0;spacingTop=-6;fontColor=#FFFFFF;sketch=0;shape=mxgraph.sitemap.upload;fontStyle=1" value="Upload" vertex="1">
          <mxGeometry height="60" width="117" x="565" y="182" as="geometry" />
-         </mxCell>
-         <mxCell id="LrDAecu16yTf8VcFtZS9-1" parent="1" style="text;html=1;whiteSpace=wrap;strokeColor=none;fillColor=none;align=center;verticalAlign=middle;rounded=0;autosize=1;resizable=0;fontSize=25;fontFamily=Comic Sans MS;fontStyle=0" value="Indexierung- Phasen" vertex="1">
-           <mxGeometry height="42" width="257" x="306" y="113" as="geometry" />
        </mxCell>
      </root>
    </mxGraphModel>
  </diagram>
  <diagram id="H4hJE0hU5XXHWYK5vobQ" name="Upload Files Mechanism">
    <mxGraphModel dx="1554" dy="914" grid="0" gridSize="10" guides="1" tooltips="1" connect="1" arrows="1" fold="1" page="1" pageScale="1" pageWidth="827" pageHeight="1169" math="0" shadow="0">
      <root>
        <mxCell id="0" />
        <mxCell id="1" parent="0" />
        <mxCell id="1QIyczLt1cSWHZbHlYXf-1" edge="1" parent="1" source="1QIyczLt1cSWHZbHlYXf-5" style="edgeStyle=orthogonalEdgeStyle;rounded=0;orthogonalLoop=1;jettySize=auto;html=1;exitX=0.5;exitY=1;exitDx=0;exitDy=0;shadow=1;entryX=0.5;entryY=0;entryDx=0;entryDy=0;" target="1QIyczLt1cSWHZbHlYXf-13" value="">
          <mxGeometry relative="1" as="geometry">
            <mxPoint x="336.5" y="319.0000000000001" as="targetPoint" />
          </mxGeometry>
        </mxCell>
        <mxCell id="1QIyczLt1cSWHZbHlYXf-2" connectable="0" parent="1QIyczLt1cSWHZbHlYXf-1" style="edgeLabel;html=1;align=center;verticalAlign=middle;resizable=0;points=[];shadow=1;" value="JA" vertex="1">
          <mxGeometry relative="1" x="-0.5345" y="2" as="geometry">
            <mxPoint as="offset" />
          </mxGeometry>
        </mxCell>
        <mxCell id="1QIyczLt1cSWHZbHlYXf-3" edge="1" parent="1" source="1QIyczLt1cSWHZbHlYXf-5" style="edgeStyle=orthogonalEdgeStyle;rounded=0;orthogonalLoop=1;jettySize=auto;html=1;exitX=1;exitY=0.5;exitDx=0;exitDy=0;shadow=1;entryX=0;entryY=0.5;entryDx=0;entryDy=0;" target="1QIyczLt1cSWHZbHlYXf-7" value="">
          <mxGeometry relative="1" as="geometry" />
        </mxCell>
        <mxCell id="1QIyczLt1cSWHZbHlYXf-4" connectable="0" parent="1QIyczLt1cSWHZbHlYXf-3" style="edgeLabel;html=1;align=center;verticalAlign=middle;resizable=0;points=[];shadow=1;" value="NEIN" vertex="1">
          <mxGeometry relative="1" x="-0.4643" y="-1" as="geometry">
            <mxPoint as="offset" />
          </mxGeometry>
        </mxCell>
        <mxCell id="1QIyczLt1cSWHZbHlYXf-5" parent="1" style="rhombus;whiteSpace=wrap;html=1;shadow=1;" value="Existiert dateien in&amp;nbsp;&lt;b&gt;UPLOAD&lt;/b&gt;?" vertex="1">
          <mxGeometry height="120" width="130" x="271.5" y="145" as="geometry" />
        </mxCell>
        <mxCell id="1QIyczLt1cSWHZbHlYXf-6" edge="1" parent="1" source="1QIyczLt1cSWHZbHlYXf-13" style="edgeStyle=orthogonalEdgeStyle;rounded=0;orthogonalLoop=1;jettySize=auto;html=1;entryX=0.5;entryY=0;entryDx=0;entryDy=0;shadow=1;exitX=0.5;exitY=1;exitDx=0;exitDy=0;" target="1QIyczLt1cSWHZbHlYXf-12">
          <mxGeometry relative="1" as="geometry">
            <mxPoint x="336.5" y="375.0000000000001" as="sourcePoint" />
            <mxPoint x="336.5" y="415" as="targetPoint" />
          </mxGeometry>
        </mxCell>
        <mxCell id="1QIyczLt1cSWHZbHlYXf-7" parent="1" style="whiteSpace=wrap;html=1;shadow=1;" value="Ingestion beenden." vertex="1">
          <mxGeometry height="60" width="120" x="495.5" y="175" as="geometry" />
        </mxCell>
        <mxCell id="1QIyczLt1cSWHZbHlYXf-8" edge="1" parent="1" source="1QIyczLt1cSWHZbHlYXf-12" style="edgeStyle=orthogonalEdgeStyle;rounded=0;orthogonalLoop=1;jettySize=auto;html=1;entryX=0.5;entryY=0;entryDx=0;entryDy=0;shadow=1;exitX=0.5;exitY=1;exitDx=0;exitDy=0;" target="1QIyczLt1cSWHZbHlYXf-11" value="">
          <mxGeometry relative="1" as="geometry">
            <Array as="points">
              <mxPoint x="337" y="475" />
            </Array>
            <mxPoint x="336.5" y="465" as="sourcePoint" />
            <mxPoint x="336.5" y="504" as="targetPoint" />
          </mxGeometry>
        </mxCell>
        <mxCell id="1QIyczLt1cSWHZbHlYXf-9" edge="1" parent="1" source="1QIyczLt1cSWHZbHlYXf-11" style="edgeStyle=orthogonalEdgeStyle;rounded=0;orthogonalLoop=1;jettySize=auto;html=1;entryX=0.5;entryY=0;entryDx=0;entryDy=0;exitX=0.5;exitY=1;exitDx=0;exitDy=0;" target="1QIyczLt1cSWHZbHlYXf-10">
          <mxGeometry relative="1" as="geometry">
            <mxPoint x="338.5" y="564" as="sourcePoint" />
            <mxPoint x="338.5" y="611" as="targetPoint" />
          </mxGeometry>
        </mxCell>
        <mxCell id="1QIyczLt1cSWHZbHlYXf-10" parent="1" style="whiteSpace=wrap;html=1;shadow=1;" value="Schiebe die Rohdateien von&amp;nbsp;&lt;b&gt;UPLOAD&amp;nbsp;&lt;/b&gt;zu&amp;nbsp;&lt;b&gt;RAW&lt;/b&gt;" vertex="1">
          <mxGeometry height="50" width="233" x="220" y="603" as="geometry" />
        </mxCell>
        <mxCell id="1QIyczLt1cSWHZbHlYXf-11" parent="1" style="whiteSpace=wrap;html=1;shadow=1;" value="Schiebe die Markdown-Dateien von&amp;nbsp;&lt;b&gt;PROCESSING&amp;nbsp;&lt;/b&gt;zu&amp;nbsp;&lt;b&gt;PROCESSED&lt;/b&gt;" vertex="1">
          <mxGeometry height="50" width="230" x="222" y="516" as="geometry" />
        </mxCell>
        <mxCell id="1QIyczLt1cSWHZbHlYXf-12" parent="1" style="whiteSpace=wrap;html=1;shadow=1;" value="Die Dateien&amp;nbsp; von&amp;nbsp;&lt;div&gt;&lt;b&gt;PROCESSING&amp;nbsp;&lt;/b&gt;in&amp;nbsp;&lt;b&gt;ChromaDB&amp;nbsp;&lt;/b&gt;indixieren&lt;/div&gt;" vertex="1">
          <mxGeometry height="50" width="233" x="220" y="419" as="geometry" />
        </mxCell>
        <mxCell id="1QIyczLt1cSWHZbHlYXf-13" parent="1" style="whiteSpace=wrap;html=1;shadow=1;" value="konvertiere die roh-dateien in md&amp;nbsp;und schiebe sie in &lt;b&gt;PROCESSING&lt;/b&gt;" vertex="1">
          <mxGeometry height="50" width="233" x="220" y="325" as="geometry" />
        </mxCell>
      </root>
    </mxGraphModel>
  </diagram>
</mxfile>
